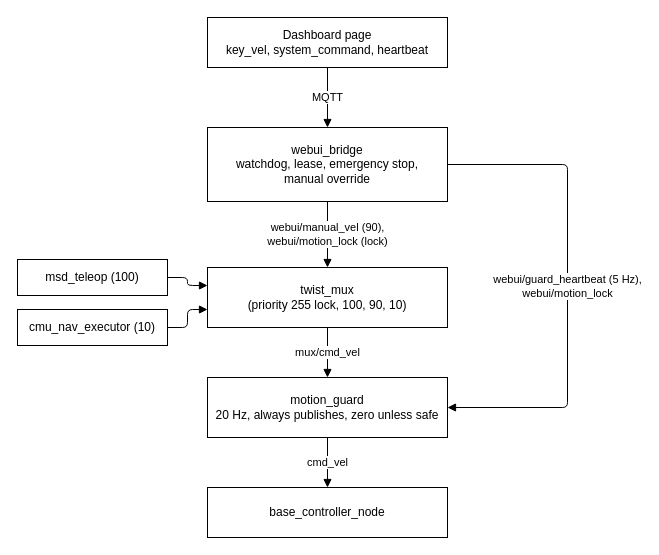
The draw.io diagram docs/development/ros/diagrams/ros2-web-ui-bridge-drive-chain-and-motion-guard.drawio in itbdelaboprogramming/msd700_documentation, before the edit. Source tidied: cells renumbered, new cells numbered last; positions are measured from the earlier drawing's top-left corner, leaving out a move shared by most shapes. Both pictures are drawn from the tidied source at 100%, with x=0, y=0 at pixel (17, 17).
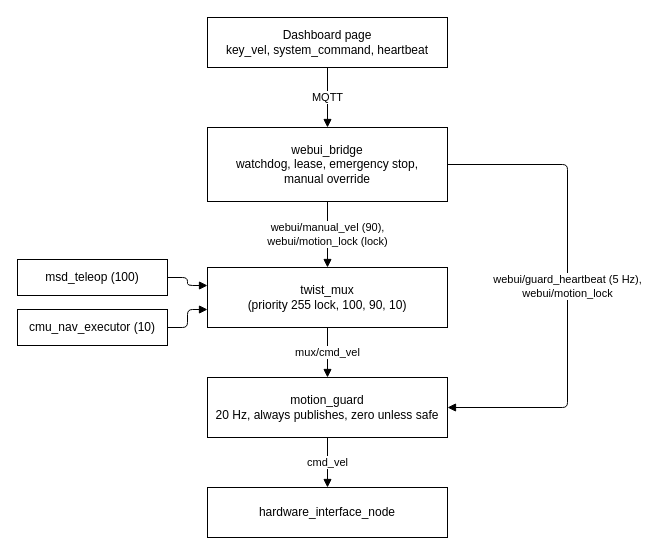
The same page after the edit.

Diff of the diagram source:
```diff
@@
 <mxGraphModel>
   <root>
     <mxCell id="0" />
     <mxCell id="1" parent="0" />
     <mxCell id="2" value="Dashboard page&lt;br&gt;key_vel, system_command, heartbeat" style="html=1;whiteSpace=wrap;fillColor=#ffffff;strokeColor=#000000;rounded=0;fontFamily=Helvetica;fontSize=12;fontColor=#000000;" parent="1" vertex="1">
       <mxGeometry x="190" width="240" height="50" as="geometry" />
     </mxCell>
     <mxCell id="3" value="webui_bridge&lt;br&gt;watchdog, lease, emergency stop,&lt;br&gt;manual override" style="html=1;whiteSpace=wrap;fillColor=#ffffff;strokeColor=#000000;rounded=0;fontFamily=Helvetica;fontSize=12;fontColor=#000000;" parent="1" vertex="1">
       <mxGeometry x="190" y="110" width="240" height="74" as="geometry" />
     </mxCell>
     <mxCell id="4" value="twist_mux&lt;br&gt;(priority 255 lock, 100, 90, 10)" style="html=1;whiteSpace=wrap;fillColor=#ffffff;strokeColor=#000000;rounded=0;fontFamily=Helvetica;fontSize=12;fontColor=#000000;" parent="1" vertex="1">
       <mxGeometry x="190" y="250" width="240" height="60" as="geometry" />
     </mxCell>
     <mxCell id="5" value="motion_guard&lt;br&gt;20 Hz, always publishes, zero unless safe" style="html=1;whiteSpace=wrap;fillColor=#ffffff;strokeColor=#000000;rounded=0;fontFamily=Helvetica;fontSize=12;fontColor=#000000;" parent="1" vertex="1">
       <mxGeometry x="190" y="360" width="240" height="60" as="geometry" />
     </mxCell>
-    <mxCell id="6" value="base_controller_node" style="html=1;whiteSpace=wrap;fillColor=#ffffff;strokeColor=#000000;rounded=0;fontFamily=Helvetica;fontSize=12;fontColor=#000000;" parent="1" vertex="1">
+    <mxCell id="6" value="hardware_interface_node" style="html=1;whiteSpace=wrap;fillColor=#ffffff;strokeColor=#000000;rounded=0;fontFamily=Helvetica;fontSize=12;fontColor=#000000;" parent="1" vertex="1">
       <mxGeometry x="190" y="470" width="240" height="50" as="geometry" />
     </mxCell>
     <mxCell id="7" value="msd_teleop (100)" style="html=1;whiteSpace=wrap;fillColor=#ffffff;strokeColor=#000000;rounded=0;fontFamily=Helvetica;fontSize=12;fontColor=#000000;" parent="1" vertex="1">
       <mxGeometry y="242" width="150" height="36" as="geometry" />
     </mxCell>
     <mxCell id="8" value="cmu_nav_executor (10)" style="html=1;whiteSpace=wrap;fillColor=#ffffff;strokeColor=#000000;rounded=0;fontFamily=Helvetica;fontSize=12;fontColor=#000000;" parent="1" vertex="1">
       <mxGeometry y="292" width="150" height="36" as="geometry" />
     </mxCell>
     <mxCell id="9" value="MQTT" style="edgeStyle=orthogonalEdgeStyle;rounded=1;arcSize=10;html=1;fontFamily=Helvetica;fontSize=11;labelBackgroundColor=#ffffff;strokeColor=#000000;startArrow=none;endArrow=block;endFill=1;endSize=6;exitX=0.5;exitY=1;exitDx=0;exitDy=0;entryX=0.5;entryY=0;entryDx=0;entryDy=0;" parent="1" edge="1" source="2" target="3">
       <mxGeometry relative="1" as="geometry" />
     </mxCell>
     <mxCell id="10" value="webui/manual_vel (90),&lt;br&gt;webui/motion_lock (lock)" style="edgeStyle=orthogonalEdgeStyle;rounded=1;arcSize=10;html=1;fontFamily=Helvetica;fontSize=11;labelBackgroundColor=#ffffff;strokeColor=#000000;startArrow=none;endArrow=block;endFill=1;endSize=6;exitX=0.5;exitY=1;exitDx=0;exitDy=0;entryX=0.5;entryY=0;entryDx=0;entryDy=0;" parent="1" edge="1" source="3" target="4">
       <mxGeometry relative="1" as="geometry" />
     </mxCell>
     <mxCell id="11" value="mux/cmd_vel" style="edgeStyle=orthogonalEdgeStyle;rounded=1;arcSize=10;html=1;fontFamily=Helvetica;fontSize=11;labelBackgroundColor=#ffffff;strokeColor=#000000;startArrow=none;endArrow=block;endFill=1;endSize=6;exitX=0.5;exitY=1;exitDx=0;exitDy=0;entryX=0.5;entryY=0;entryDx=0;entryDy=0;" parent="1" edge="1" source="4" target="5">
       <mxGeometry relative="1" as="geometry" />
     </mxCell>
     <mxCell id="12" value="cmd_vel" style="edgeStyle=orthogonalEdgeStyle;rounded=1;arcSize=10;html=1;fontFamily=Helvetica;fontSize=11;labelBackgroundColor=#ffffff;strokeColor=#000000;startArrow=none;endArrow=block;endFill=1;endSize=6;exitX=0.5;exitY=1;exitDx=0;exitDy=0;entryX=0.5;entryY=0;entryDx=0;entryDy=0;" parent="1" edge="1" source="5" target="6">
       <mxGeometry relative="1" as="geometry" />
     </mxCell>
     <mxCell id="13" style="edgeStyle=orthogonalEdgeStyle;rounded=1;arcSize=10;html=1;fontFamily=Helvetica;fontSize=11;labelBackgroundColor=#ffffff;strokeColor=#000000;startArrow=none;endArrow=block;endFill=1;endSize=6;exitX=1;exitY=0.5;exitDx=0;exitDy=0;entryX=0;entryY=0.3;entryDx=0;entryDy=0;" parent="1" edge="1" source="7" target="4">
       <mxGeometry relative="1" as="geometry" />
     </mxCell>
     <mxCell id="14" style="edgeStyle=orthogonalEdgeStyle;rounded=1;arcSize=10;html=1;fontFamily=Helvetica;fontSize=11;labelBackgroundColor=#ffffff;strokeColor=#000000;startArrow=none;endArrow=block;endFill=1;endSize=6;exitX=1;exitY=0.5;exitDx=0;exitDy=0;entryX=0;entryY=0.7;entryDx=0;entryDy=0;" parent="1" edge="1" source="8" target="4">
       <mxGeometry relative="1" as="geometry" />
     </mxCell>
     <mxCell id="15" value="webui/guard_heartbeat (5 Hz),&lt;br&gt;webui/motion_lock" style="edgeStyle=orthogonalEdgeStyle;rounded=1;arcSize=10;html=1;fontFamily=Helvetica;fontSize=11;labelBackgroundColor=#ffffff;strokeColor=#000000;startArrow=none;endArrow=block;endFill=1;endSize=6;exitX=1;exitY=0.5;exitDx=0;exitDy=0;entryX=1;entryY=0.5;entryDx=0;entryDy=0;" parent="1" edge="1" source="3" target="5">
       <mxGeometry relative="1" as="geometry">
         <Array as="points">
           <mxPoint x="550" y="147" />
           <mxPoint x="550" y="390" />
         </Array>
       </mxGeometry>
     </mxCell>
   </root>
 </mxGraphModel>
```
